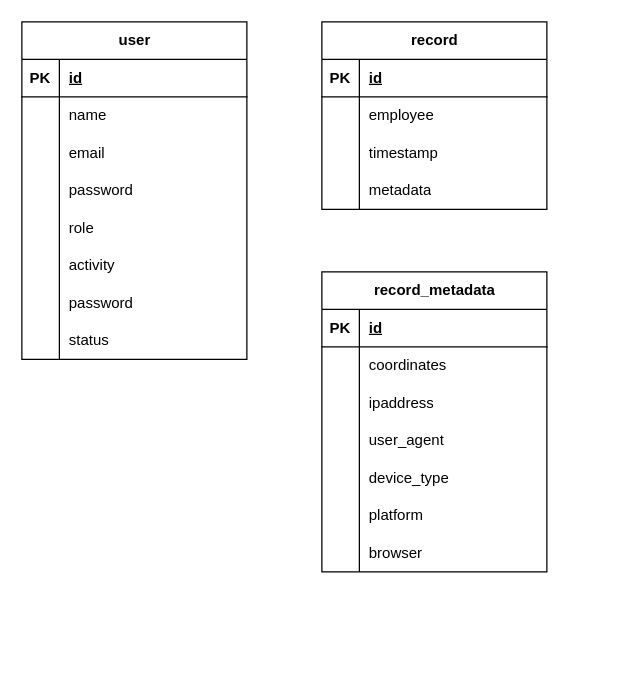
Before: ER.drawio in itsjaof/esgts-projeto, a draw.io diagram. Source tidied: cells renumbered, new cells numbered last; positions are measured from the earlier drawing's top-left corner, leaving out a move shared by most shapes. Both pictures are drawn from the tidied source at 125%, with x=0, y=0 at pixel (21, 21).
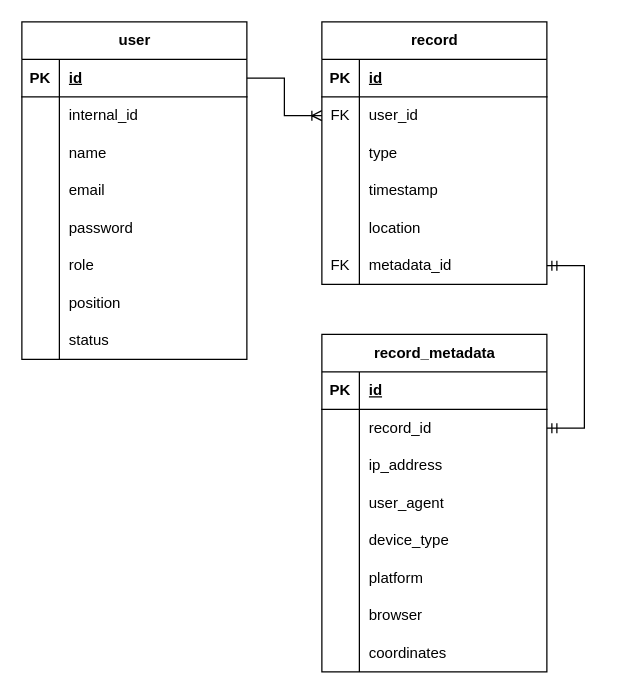
The same diagram, later.

The change refers to these unchanged cells:
```xml
<mxCell id="2" value="user" style="shape=table;startSize=30;childLayout=tableLayout;rowLines=0;fontStyle=1;align=center;html=1;" parent="1" vertex="1">
  <mxGeometry width="180" height="270" as="geometry" />
</mxCell>
<mxCell id="3" style="shape=tableRow;horizontal=0;startSize=0;swimlaneHead=0;swimlaneBody=0;fillColor=none;points=[[0,0.5],[1,0.5]];portConstraint=eastwest;top=0;left=0;right=0;bottom=1;" parent="2" vertex="1">
  <mxGeometry y="30" width="180" height="30" as="geometry" />
</mxCell>
<mxCell id="21" style="shape=tableRow;horizontal=0;startSize=0;swimlaneHead=0;swimlaneBody=0;fillColor=none;top=0;left=0;right=0;bottom=0;" parent="2" vertex="1">
  <mxGeometry y="210" width="180" height="30" as="geometry" />
</mxCell>
<mxCell id="31" style="shape=tableRow;horizontal=0;startSize=0;swimlaneHead=0;swimlaneBody=0;fillColor=none;points=[[0,0.5],[1,0.5]];portConstraint=eastwest;top=0;left=0;right=0;bottom=0;" parent="27" vertex="1">
  <mxGeometry y="60" width="180" height="30" as="geometry" />
</mxCell>
<mxCell id="44" style="shape=tableRow;horizontal=0;startSize=0;swimlaneHead=0;swimlaneBody=0;fillColor=none;points=[[0,0.5],[1,0.5]];portConstraint=eastwest;top=0;left=0;right=0;bottom=0;" parent="40" vertex="1">
  <mxGeometry y="60" width="180" height="30" as="geometry" />
</mxCell>
<mxCell id="47" style="shape=tableRow;horizontal=0;startSize=0;swimlaneHead=0;swimlaneBody=0;fillColor=none;top=0;left=0;right=0;bottom=0;" parent="40" vertex="1">
  <mxGeometry y="90" width="180" height="30" as="geometry" />
</mxCell>
```

Diff of the diagram source:
```diff
@@
+    <mxCell id="62" style="shape=tableRow;horizontal=0;startSize=0;swimlaneHead=0;swimlaneBody=0;fillColor=none;top=0;left=0;right=0;bottom=0;" parent="2" vertex="1">
+      <mxGeometry y="60" width="180" height="30" as="geometry" />
+    </mxCell>
+    <mxCell id="63" style="shape=partialRectangle;fillColor=none;top=0;left=0;bottom=0;right=0;overflow=hidden;whiteSpace=wrap;html=1;" parent="62" vertex="1">
+      <mxGeometry width="30" height="30" as="geometry" />
+    </mxCell>
+    <mxCell id="64" value="internal_id" style="shape=partialRectangle;fillColor=none;top=0;left=0;bottom=0;right=0;align=left;spacingLeft=6;overflow=hidden;whiteSpace=wrap;html=1;" parent="62" vertex="1">
+      <mxGeometry x="30" width="150" height="30" as="geometry" />
+    </mxCell>
     <mxCell id="6" style="shape=tableRow;horizontal=0;startSize=0;swimlaneHead=0;swimlaneBody=0;fillColor=none;top=0;left=0;right=0;bottom=0;" parent="2" vertex="1">
-      <mxGeometry y="60" width="180" height="30" as="geometry" />
+      <mxGeometry y="90" width="180" height="30" as="geometry" />
     </mxCell>
@@
     <mxCell id="9" style="shape=tableRow;horizontal=0;startSize=0;swimlaneHead=0;swimlaneBody=0;fillColor=none;top=0;left=0;right=0;bottom=0;" parent="2" vertex="1">
-      <mxGeometry y="90" width="180" height="30" as="geometry" />
+      <mxGeometry y="120" width="180" height="30" as="geometry" />
     </mxCell>
@@
     <mxCell id="12" style="shape=tableRow;horizontal=0;startSize=0;swimlaneHead=0;swimlaneBody=0;fillColor=none;top=0;left=0;right=0;bottom=0;" parent="2" vertex="1">
-      <mxGeometry y="120" width="180" height="30" as="geometry" />
+      <mxGeometry y="150" width="180" height="30" as="geometry" />
     </mxCell>
@@
     <mxCell id="15" style="shape=tableRow;horizontal=0;startSize=0;swimlaneHead=0;swimlaneBody=0;fillColor=none;top=0;left=0;right=0;bottom=0;" parent="2" vertex="1">
-      <mxGeometry y="150" width="180" height="30" as="geometry" />
+      <mxGeometry y="180" width="180" height="30" as="geometry" />
     </mxCell>
@@
-    <mxCell id="18" style="shape=tableRow;horizontal=0;startSize=0;swimlaneHead=0;swimlaneBody=0;fillColor=none;top=0;left=0;right=0;bottom=0;" parent="2" vertex="1">
-      <mxGeometry y="180" width="180" height="30" as="geometry" />
-    </mxCell>
-    <mxCell id="19" style="shape=partialRectangle;fillColor=none;top=0;left=0;bottom=0;right=0;overflow=hidden;whiteSpace=wrap;html=1;" parent="18" vertex="1">
-      <mxGeometry width="30" height="30" as="geometry" />
-    </mxCell>
-    <mxCell id="20" value="activity" style="shape=partialRectangle;fillColor=none;top=0;left=0;bottom=0;right=0;align=left;spacingLeft=6;overflow=hidden;whiteSpace=wrap;html=1;" parent="18" vertex="1">
-      <mxGeometry x="30" width="150" height="30" as="geometry" />
-    </mxCell>
@@
-    <mxCell id="22" style="shape=partialRectangle;fillColor=none;top=0;left=0;bottom=0;right=0;overflow=hidden;whiteSpace=wrap;html=1;" parent="21" vertex="1">
-      <mxGeometry width="30" height="30" as="geometry" />
-    </mxCell>
-    <mxCell id="23" value="password" style="shape=partialRectangle;fillColor=none;top=0;left=0;bottom=0;right=0;align=left;spacingLeft=6;overflow=hidden;whiteSpace=wrap;html=1;" parent="21" vertex="1">
-      <mxGeometry x="30" width="150" height="30" as="geometry" />
-    </mxCell>
+    <mxCell id="65" style="shape=partialRectangle;fillColor=none;top=0;left=0;bottom=0;right=0;overflow=hidden;whiteSpace=wrap;html=1;" parent="21" vertex="1">
+      <mxGeometry width="30" height="30" as="geometry" />
+    </mxCell>
+    <mxCell id="66" value="position" style="shape=partialRectangle;fillColor=none;top=0;left=0;bottom=0;right=0;align=left;spacingLeft=6;overflow=hidden;whiteSpace=wrap;html=1;" parent="21" vertex="1">
+      <mxGeometry x="30" width="150" height="30" as="geometry" />
+    </mxCell>
@@
     <mxCell id="27" value="record" style="shape=table;startSize=30;childLayout=tableLayout;rowLines=0;fontStyle=1;align=center;html=1;" parent="1" vertex="1">
-      <mxGeometry x="240" width="180" height="150" as="geometry" />
+      <mxGeometry x="240" width="180" height="210" as="geometry" />
     </mxCell>
@@
-    <mxCell id="32" style="shape=partialRectangle;fillColor=none;top=0;left=0;bottom=0;right=0;overflow=hidden;whiteSpace=wrap;html=1;" parent="31" vertex="1">
+    <mxCell id="32" value="FK" style="shape=partialRectangle;fillColor=none;top=0;left=0;bottom=0;right=0;overflow=hidden;whiteSpace=wrap;html=1;" parent="31" vertex="1">
       <mxGeometry width="30" height="30" as="geometry" />
     </mxCell>
-    <mxCell id="33" value="employee" style="shape=partialRectangle;fillColor=none;top=0;left=0;bottom=0;right=0;align=left;spacingLeft=6;overflow=hidden;whiteSpace=wrap;html=1;" parent="31" vertex="1">
+    <mxCell id="33" value="user_id" style="shape=partialRectangle;fillColor=none;top=0;left=0;bottom=0;right=0;align=left;spacingLeft=6;overflow=hidden;whiteSpace=wrap;html=1;" parent="31" vertex="1">
       <mxGeometry x="30" width="150" height="30" as="geometry" />
     </mxCell>
+    <mxCell id="67" style="shape=tableRow;horizontal=0;startSize=0;swimlaneHead=0;swimlaneBody=0;fillColor=none;top=0;left=0;right=0;bottom=0;" parent="27" vertex="1">
+      <mxGeometry y="90" width="180" height="30" as="geometry" />
+    </mxCell>
+    <mxCell id="68" style="shape=partialRectangle;fillColor=none;top=0;left=0;bottom=0;right=0;overflow=hidden;whiteSpace=wrap;html=1;" parent="67" vertex="1">
+      <mxGeometry width="30" height="30" as="geometry" />
+    </mxCell>
+    <mxCell id="69" value="type" style="shape=partialRectangle;fillColor=none;top=0;left=0;bottom=0;right=0;align=left;spacingLeft=6;overflow=hidden;whiteSpace=wrap;html=1;" parent="67" vertex="1">
+      <mxGeometry x="30" width="150" height="30" as="geometry" />
+    </mxCell>
     <mxCell id="34" style="shape=tableRow;horizontal=0;startSize=0;swimlaneHead=0;swimlaneBody=0;fillColor=none;top=0;left=0;right=0;bottom=0;" parent="27" vertex="1">
-      <mxGeometry y="90" width="180" height="30" as="geometry" />
+      <mxGeometry y="120" width="180" height="30" as="geometry" />
     </mxCell>
@@
+    <mxCell id="70" style="shape=tableRow;horizontal=0;startSize=0;swimlaneHead=0;swimlaneBody=0;fillColor=none;top=0;left=0;right=0;bottom=0;" parent="27" vertex="1">
+      <mxGeometry y="150" width="180" height="30" as="geometry" />
+    </mxCell>
+    <mxCell id="71" style="shape=partialRectangle;fillColor=none;top=0;left=0;bottom=0;right=0;overflow=hidden;whiteSpace=wrap;html=1;" parent="70" vertex="1">
+      <mxGeometry width="30" height="30" as="geometry" />
+    </mxCell>
+    <mxCell id="72" value="location" style="shape=partialRectangle;fillColor=none;top=0;left=0;bottom=0;right=0;align=left;spacingLeft=6;overflow=hidden;whiteSpace=wrap;html=1;" parent="70" vertex="1">
+      <mxGeometry x="30" width="150" height="30" as="geometry" />
+    </mxCell>
     <mxCell id="37" style="shape=tableRow;horizontal=0;startSize=0;swimlaneHead=0;swimlaneBody=0;fillColor=none;points=[[0,0.5],[1,0.5]];portConstraint=eastwest;top=0;left=0;right=0;bottom=0;" parent="27" vertex="1">
-      <mxGeometry y="120" width="180" height="30" as="geometry" />
+      <mxGeometry y="180" width="180" height="30" as="geometry" />
     </mxCell>
-    <mxCell id="38" style="shape=partialRectangle;fillColor=none;top=0;left=0;bottom=0;right=0;overflow=hidden;whiteSpace=wrap;html=1;" parent="37" vertex="1">
+    <mxCell id="38" value="FK" style="shape=partialRectangle;fillColor=none;top=0;left=0;bottom=0;right=0;overflow=hidden;whiteSpace=wrap;html=1;" parent="37" vertex="1">
       <mxGeometry width="30" height="30" as="geometry" />
     </mxCell>
-    <mxCell id="39" value="metadata" style="shape=partialRectangle;fillColor=none;top=0;left=0;bottom=0;right=0;align=left;spacingLeft=6;overflow=hidden;whiteSpace=wrap;html=1;" parent="37" vertex="1">
+    <mxCell id="39" value="metadata_id" style="shape=partialRectangle;fillColor=none;top=0;left=0;bottom=0;right=0;align=left;spacingLeft=6;overflow=hidden;whiteSpace=wrap;html=1;" parent="37" vertex="1">
       <mxGeometry x="30" width="150" height="30" as="geometry" />
     </mxCell>
     <mxCell id="40" value="record_metadata" style="shape=table;startSize=30;childLayout=tableLayout;rowLines=0;fontStyle=1;align=center;html=1;" parent="1" vertex="1">
-      <mxGeometry x="240" y="200" width="180" height="240" as="geometry" />
+      <mxGeometry x="240" y="250" width="180" height="270" as="geometry" />
     </mxCell>
@@
-    <mxCell id="46" value="coordinates" style="shape=partialRectangle;fillColor=none;top=0;left=0;bottom=0;right=0;align=left;spacingLeft=6;overflow=hidden;whiteSpace=wrap;html=1;" parent="44" vertex="1">
+    <mxCell id="46" value="record_id" style="shape=partialRectangle;fillColor=none;top=0;left=0;bottom=0;right=0;align=left;spacingLeft=6;overflow=hidden;whiteSpace=wrap;html=1;" parent="44" vertex="1">
       <mxGeometry x="30" width="150" height="30" as="geometry" />
     </mxCell>
@@
-    <mxCell id="49" value="ipaddress" style="shape=partialRectangle;fillColor=none;top=0;left=0;bottom=0;right=0;align=left;spacingLeft=6;overflow=hidden;whiteSpace=wrap;html=1;" parent="47" vertex="1">
+    <mxCell id="49" value="ip_address" style="shape=partialRectangle;fillColor=none;top=0;left=0;bottom=0;right=0;align=left;spacingLeft=6;overflow=hidden;whiteSpace=wrap;html=1;" parent="47" vertex="1">
       <mxGeometry x="30" width="150" height="30" as="geometry" />
     </mxCell>
@@
+    <mxCell id="73" style="shape=tableRow;horizontal=0;startSize=0;swimlaneHead=0;swimlaneBody=0;fillColor=none;top=0;left=0;right=0;bottom=0;" parent="40" vertex="1">
+      <mxGeometry y="240" width="180" height="30" as="geometry" />
+    </mxCell>
+    <mxCell id="74" style="shape=partialRectangle;fillColor=none;top=0;left=0;bottom=0;right=0;overflow=hidden;whiteSpace=wrap;html=1;" parent="73" vertex="1">
+      <mxGeometry width="30" height="30" as="geometry" />
+    </mxCell>
+    <mxCell id="75" value="coordinates" style="shape=partialRectangle;fillColor=none;top=0;left=0;bottom=0;right=0;align=left;spacingLeft=6;overflow=hidden;whiteSpace=wrap;html=1;" parent="73" vertex="1">
+      <mxGeometry x="30" width="150" height="30" as="geometry" />
+    </mxCell>
+    <mxCell id="76" style="edgeStyle=entityRelationEdgeStyle;fontSize=12;html=1;endArrow=ERoneToMany;rounded=0;exitX=1;exitY=0.5;exitDx=0;exitDy=0;entryX=0;entryY=0.5;entryDx=0;entryDy=0;" parent="1" edge="1" source="3" target="31">
+      <mxGeometry relative="1" as="geometry" />
+    </mxCell>
+    <mxCell id="77" style="edgeStyle=entityRelationEdgeStyle;fontSize=12;html=1;endArrow=ERmandOne;startArrow=ERmandOne;rounded=0;entryX=1;entryY=0.5;entryDx=0;entryDy=0;exitX=1;exitY=0.5;exitDx=0;exitDy=0;" parent="1" edge="1" source="44" target="37">
+      <mxGeometry relative="1" as="geometry" />
+    </mxCell>
```
